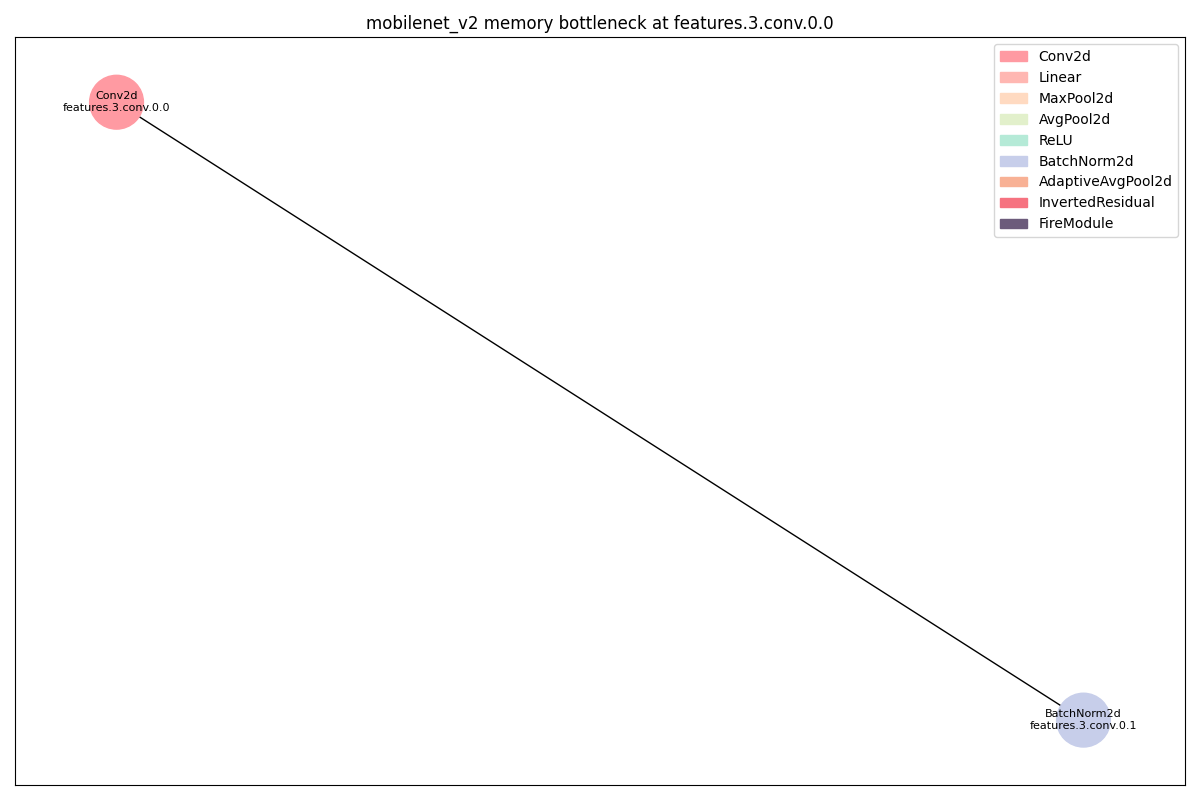
Earlier version of the Graphviz export dags/mobilenet_v2_memory_features_3_conv_0_0_op.png (11222-Meng/DNN_Bottlen_Layer_Analysis). Its source is kept beside it as dags/mobilenet_v2_memory_features_3_conv_0_0_op.dot. Source of this version:
```dot
strict digraph "" {
	Conv2d_0	[color="#FF9AA2",
		layer_name="features.3.conv.0.0",
		params=3456,
		type=Conv2d];
	BatchNorm2d_0	[color="#C7CEEA",
		layer_name="features.3.conv.0.1",
		params=288,
		type=BatchNorm2d];
	Conv2d_0 -> BatchNorm2d_0;
}
```
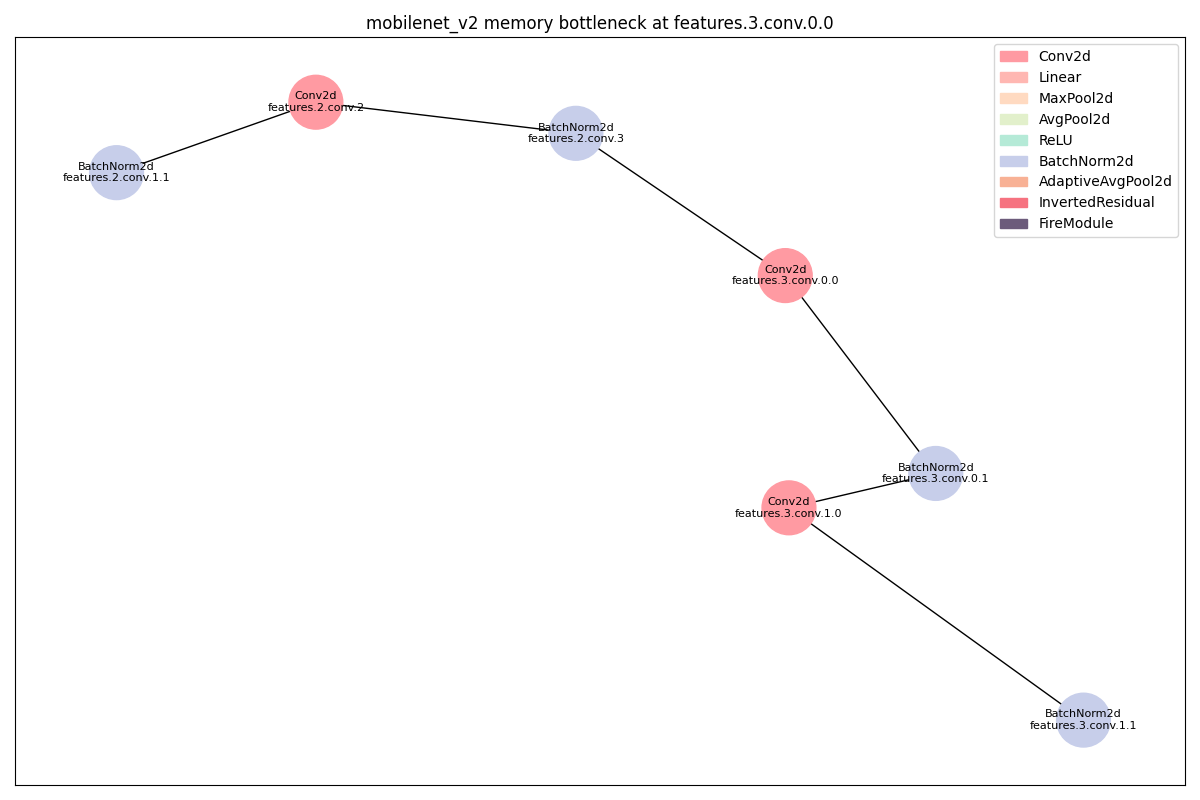
The same file after the commit.

What changed in the source:
```diff
@@ -1,11 +1,36 @@
 strict digraph "" {
+	BatchNorm2d_0	[color="#C7CEEA",
+		layer_name="features.2.conv.1.1",
+		params=192,
+		type=BatchNorm2d];
 	Conv2d_0	[color="#FF9AA2",
+		layer_name="features.2.conv.2",
+		params=2304,
+		type=Conv2d];
+	BatchNorm2d_0 -> Conv2d_0;
+	BatchNorm2d_1	[color="#C7CEEA",
+		layer_name="features.2.conv.3",
+		params=48,
+		type=BatchNorm2d];
+	Conv2d_0 -> BatchNorm2d_1;
+	Conv2d_1	[color="#FF9AA2",
 		layer_name="features.3.conv.0.0",
 		params=3456,
 		type=Conv2d];
-	BatchNorm2d_0	[color="#C7CEEA",
+	BatchNorm2d_1 -> Conv2d_1;
+	BatchNorm2d_2	[color="#C7CEEA",
 		layer_name="features.3.conv.0.1",
 		params=288,
 		type=BatchNorm2d];
-	Conv2d_0 -> BatchNorm2d_0;
+	Conv2d_1 -> BatchNorm2d_2;
+	Conv2d_2	[color="#FF9AA2",
+		layer_name="features.3.conv.1.0",
+		params=1296,
+		type=Conv2d];
+	BatchNorm2d_2 -> Conv2d_2;
+	BatchNorm2d_3	[color="#C7CEEA",
+		layer_name="features.3.conv.1.1",
+		params=288,
+		type=BatchNorm2d];
+	Conv2d_2 -> BatchNorm2d_3;
 }
```
